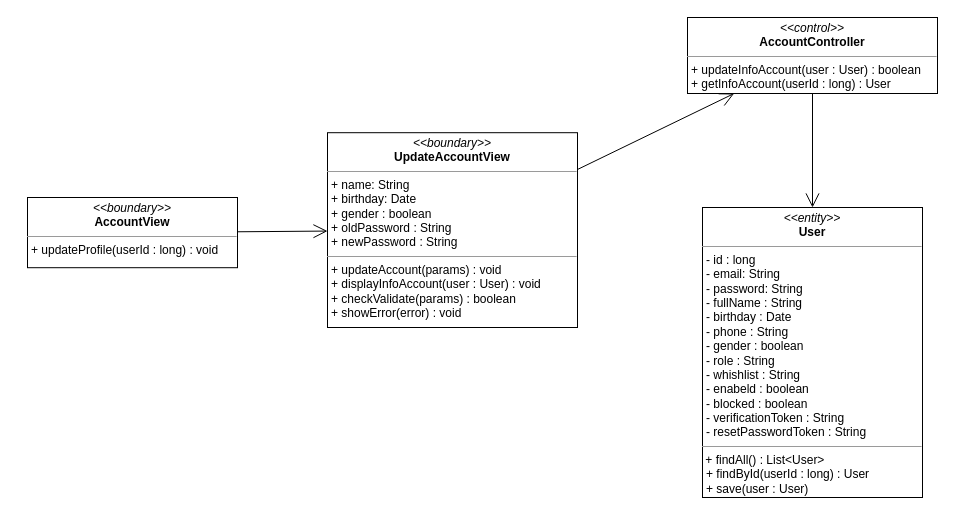
This is class diagram/update-info-account-class-diagram.drawio from nguyenphamvan/datn_20202, a draw.io file, before an edit. Source tidied: cells renumbered, new cells numbered last; positions are measured from the earlier drawing's top-left corner, leaving out a move shared by most shapes. Both pictures are drawn from the tidied source at 100%, with x=0, y=0 at pixel (27, 17).
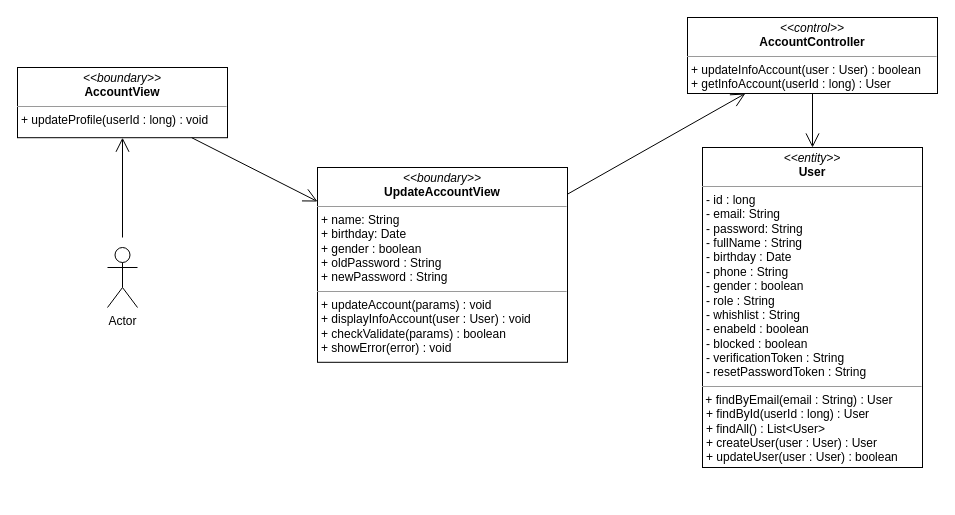
Above is the later version.

Diff of the diagram source:
```diff
@@
 <mxGraphModel>
   <root>
     <mxCell id="0" />
     <mxCell id="1" parent="0" />
-    <mxCell id="2" value="&lt;p style=&quot;margin: 0px ; margin-top: 4px ; text-align: center&quot;&gt;&lt;i&gt;&amp;lt;&amp;lt;entity&amp;gt;&amp;gt;&lt;/i&gt;&lt;br&gt;&lt;b&gt;User&lt;/b&gt;&lt;/p&gt;&lt;hr size=&quot;1&quot;&gt;&lt;p style=&quot;margin: 0px ; margin-left: 4px&quot;&gt;- id : long&lt;/p&gt;&lt;p style=&quot;margin: 0px ; margin-left: 4px&quot;&gt;- email: String&lt;br&gt;- password: String&lt;/p&gt;&lt;p style=&quot;margin: 0px ; margin-left: 4px&quot;&gt;- fullName : String&lt;/p&gt;&lt;p style=&quot;margin: 0px ; margin-left: 4px&quot;&gt;- birthday : Date&lt;/p&gt;&lt;p style=&quot;margin: 0px ; margin-left: 4px&quot;&gt;- phone : String&lt;/p&gt;&lt;p style=&quot;margin: 0px ; margin-left: 4px&quot;&gt;- gender : boolean&lt;/p&gt;&lt;p style=&quot;margin: 0px ; margin-left: 4px&quot;&gt;- role : String&lt;/p&gt;&lt;p style=&quot;margin: 0px ; margin-left: 4px&quot;&gt;- whishlist : String&lt;/p&gt;&lt;p style=&quot;margin: 0px ; margin-left: 4px&quot;&gt;- enabeld : boolean&lt;/p&gt;&lt;p style=&quot;margin: 0px ; margin-left: 4px&quot;&gt;- blocked : boolean&lt;/p&gt;&lt;p style=&quot;margin: 0px ; margin-left: 4px&quot;&gt;- verificationToken : String&lt;/p&gt;&lt;p style=&quot;margin: 0px ; margin-left: 4px&quot;&gt;- resetPasswordToken : String&lt;/p&gt;&lt;hr size=&quot;1&quot;&gt;&amp;nbsp;+ findAll() : List&amp;lt;User&amp;gt;&lt;p style=&quot;margin: 0px ; margin-left: 4px&quot;&gt;+ findById(userId : long) : User&lt;/p&gt;&lt;p style=&quot;margin: 0px ; margin-left: 4px&quot;&gt;+ save(user : User)&lt;/p&gt;" style="verticalAlign=top;align=left;overflow=fill;fontSize=12;fontFamily=Helvetica;html=1;" parent="1" vertex="1">
-      <mxGeometry x="675" y="190" width="220" height="290" as="geometry" />
+    <mxCell id="2" value="&lt;p style=&quot;margin: 0px ; margin-top: 4px ; text-align: center&quot;&gt;&lt;i&gt;&amp;lt;&amp;lt;entity&amp;gt;&amp;gt;&lt;/i&gt;&lt;br&gt;&lt;b&gt;User&lt;/b&gt;&lt;/p&gt;&lt;hr size=&quot;1&quot;&gt;&lt;p style=&quot;margin: 0px ; margin-left: 4px&quot;&gt;- id : long&lt;/p&gt;&lt;p style=&quot;margin: 0px ; margin-left: 4px&quot;&gt;- email: String&lt;br&gt;- password: String&lt;/p&gt;&lt;p style=&quot;margin: 0px ; margin-left: 4px&quot;&gt;- fullName : String&lt;/p&gt;&lt;p style=&quot;margin: 0px ; margin-left: 4px&quot;&gt;- birthday : Date&lt;/p&gt;&lt;p style=&quot;margin: 0px ; margin-left: 4px&quot;&gt;- phone : String&lt;/p&gt;&lt;p style=&quot;margin: 0px ; margin-left: 4px&quot;&gt;- gender : boolean&lt;/p&gt;&lt;p style=&quot;margin: 0px ; margin-left: 4px&quot;&gt;- role : String&lt;/p&gt;&lt;p style=&quot;margin: 0px ; margin-left: 4px&quot;&gt;- whishlist : String&lt;/p&gt;&lt;p style=&quot;margin: 0px ; margin-left: 4px&quot;&gt;- enabeld : boolean&lt;/p&gt;&lt;p style=&quot;margin: 0px ; margin-left: 4px&quot;&gt;- blocked : boolean&lt;/p&gt;&lt;p style=&quot;margin: 0px ; margin-left: 4px&quot;&gt;- verificationToken : String&lt;/p&gt;&lt;p style=&quot;margin: 0px ; margin-left: 4px&quot;&gt;- resetPasswordToken : String&lt;/p&gt;&lt;hr size=&quot;1&quot;&gt;&amp;nbsp;&lt;span&gt;+ findByEmail(email : String) : User&amp;nbsp;&lt;/span&gt;&lt;p style=&quot;margin: 0px 0px 0px 4px&quot;&gt;+ findById(userId : long) : User&lt;/p&gt;&lt;p style=&quot;margin: 0px 0px 0px 4px&quot;&gt;+ findAll() : List&amp;lt;User&amp;gt;&lt;/p&gt;&lt;p style=&quot;margin: 0px 0px 0px 4px&quot;&gt;+ createUser(user : User) : User&lt;/p&gt;&lt;p style=&quot;margin: 0px 0px 0px 4px&quot;&gt;+ updateUser(user : User) : boolean&lt;/p&gt;" style="verticalAlign=top;align=left;overflow=fill;fontSize=12;fontFamily=Helvetica;html=1;" parent="1" vertex="1">
+      <mxGeometry x="675" y="130" width="220" height="320" as="geometry" />
     </mxCell>
     <mxCell id="3" value="&lt;p style=&quot;margin: 0px ; margin-top: 4px ; text-align: center&quot;&gt;&lt;i&gt;&amp;lt;&amp;lt;control&amp;gt;&amp;gt;&lt;/i&gt;&lt;br&gt;&lt;b&gt;AccountController&lt;/b&gt;&lt;br&gt;&lt;/p&gt;&lt;hr size=&quot;1&quot;&gt;&lt;p style=&quot;margin: 0px ; margin-left: 4px&quot;&gt;&lt;/p&gt;&lt;p style=&quot;margin: 0px ; margin-left: 4px&quot;&gt;+ updateInfoAccount(user : User) : boolean&lt;br&gt;&lt;/p&gt;&lt;p style=&quot;margin: 0px ; margin-left: 4px&quot;&gt;+ getInfoAccount(userId : long) : User&lt;/p&gt;" style="verticalAlign=top;align=left;overflow=fill;fontSize=12;fontFamily=Helvetica;html=1;" parent="1" vertex="1">
       <mxGeometry x="660" width="250" height="76" as="geometry" />
     </mxCell>
     <mxCell id="4" style="endArrow=open;endFill=1;endSize=12;html=1;" parent="1" edge="1" source="7" target="3">
       <mxGeometry relative="1" as="geometry" />
     </mxCell>
     <mxCell id="5" style="endArrow=open;endFill=1;endSize=12;html=1;strokeColor=#000000;" parent="1" edge="1" source="3" target="2">
       <mxGeometry relative="1" as="geometry" />
     </mxCell>
     <mxCell id="6" value="&lt;p style=&quot;margin: 0px ; margin-top: 4px ; text-align: center&quot;&gt;&lt;i&gt;&amp;lt;&amp;lt;boundary&amp;gt;&amp;gt;&lt;/i&gt;&lt;br&gt;&lt;b&gt;AccountView&lt;/b&gt;&lt;/p&gt;&lt;hr size=&quot;1&quot;&gt;&lt;p style=&quot;margin: 0px ; margin-left: 4px&quot;&gt;&lt;span&gt;+ updateProfile(userId : long) : void&lt;/span&gt;&lt;/p&gt;" style="verticalAlign=top;align=left;overflow=fill;fontSize=12;fontFamily=Helvetica;html=1;" parent="1" vertex="1">
-      <mxGeometry y="180" width="210" height="70.2" as="geometry" />
+      <mxGeometry x="-10" y="50" width="210" height="70.2" as="geometry" />
     </mxCell>
     <mxCell id="7" value="&lt;p style=&quot;margin: 0px ; margin-top: 4px ; text-align: center&quot;&gt;&lt;i&gt;&amp;lt;&amp;lt;boundary&amp;gt;&amp;gt;&lt;/i&gt;&lt;br&gt;&lt;b&gt;UpdateAccountView&lt;/b&gt;&lt;/p&gt;&lt;hr size=&quot;1&quot;&gt;&lt;p style=&quot;margin: 0px ; margin-left: 4px&quot;&gt;+ name: String&lt;br&gt;+ birthday: Date&lt;/p&gt;&lt;p style=&quot;margin: 0px ; margin-left: 4px&quot;&gt;+ gender : boolean&lt;/p&gt;&lt;p style=&quot;margin: 0px ; margin-left: 4px&quot;&gt;+ oldPassword : String&lt;/p&gt;&lt;p style=&quot;margin: 0px ; margin-left: 4px&quot;&gt;+ newPassword : String&lt;/p&gt;&lt;hr size=&quot;1&quot;&gt;&lt;p style=&quot;margin: 0px 0px 0px 4px&quot;&gt;+ updateAccount(params) : void&lt;/p&gt;&lt;p style=&quot;margin: 0px 0px 0px 4px&quot;&gt;+ displayInfoAccount(user : User) : void&lt;/p&gt;&lt;p style=&quot;margin: 0px 0px 0px 4px&quot;&gt;+ checkValidate(params) : boolean&lt;/p&gt;&lt;p style=&quot;margin: 0px 0px 0px 4px&quot;&gt;+ showError(error) : void&lt;/p&gt;" style="verticalAlign=top;align=left;overflow=fill;fontSize=12;fontFamily=Helvetica;html=1;" parent="1" vertex="1">
-      <mxGeometry x="300" y="115.2" width="250" height="194.8" as="geometry" />
+      <mxGeometry x="290" y="150" width="250" height="194.8" as="geometry" />
     </mxCell>
     <mxCell id="8" style="endArrow=open;endFill=1;endSize=12;html=1;" parent="1" edge="1" source="6" target="7">
       <mxGeometry relative="1" as="geometry" />
     </mxCell>
+    <mxCell id="9" value="Actor" style="shape=umlActor;verticalLabelPosition=bottom;verticalAlign=top;html=1;" parent="1" vertex="1">
+      <mxGeometry x="80" y="230" width="30" height="60" as="geometry" />
+    </mxCell>
+    <mxCell id="10" style="endArrow=open;endFill=1;endSize=12;html=1;" parent="1" edge="1" target="6">
+      <mxGeometry relative="1" as="geometry">
+        <mxPoint x="95" y="220" as="sourcePoint" />
+      </mxGeometry>
+    </mxCell>
   </root>
 </mxGraphModel>
```
